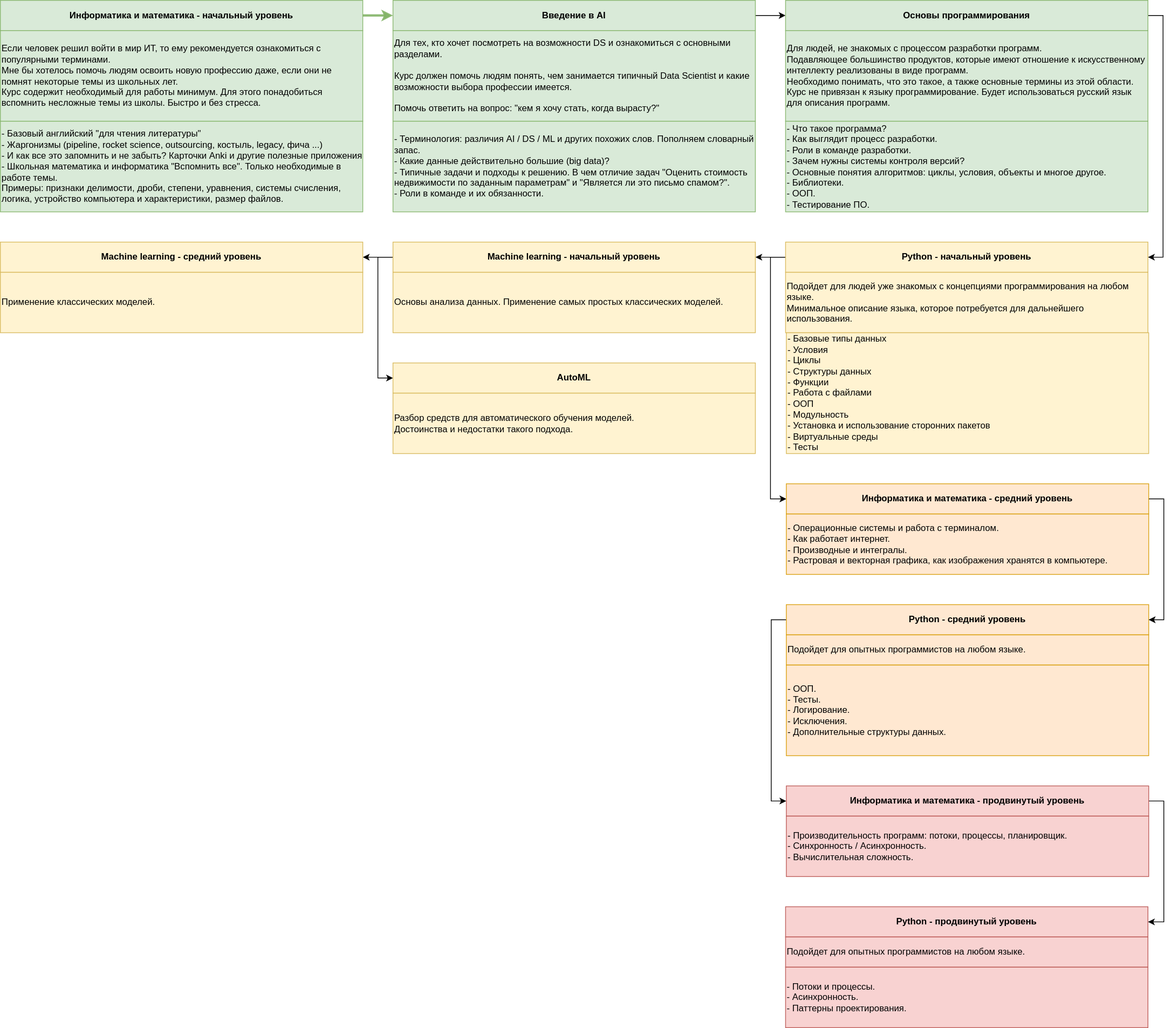
Before: courses.drawio.svg, a diagram exported from draw.io (ryndovaira-org/data_science_lectures). Source tidied: cells renumbered, new cells last; positions are measured from the earlier drawing's top-left corner, leaving out a move shared by most shapes.
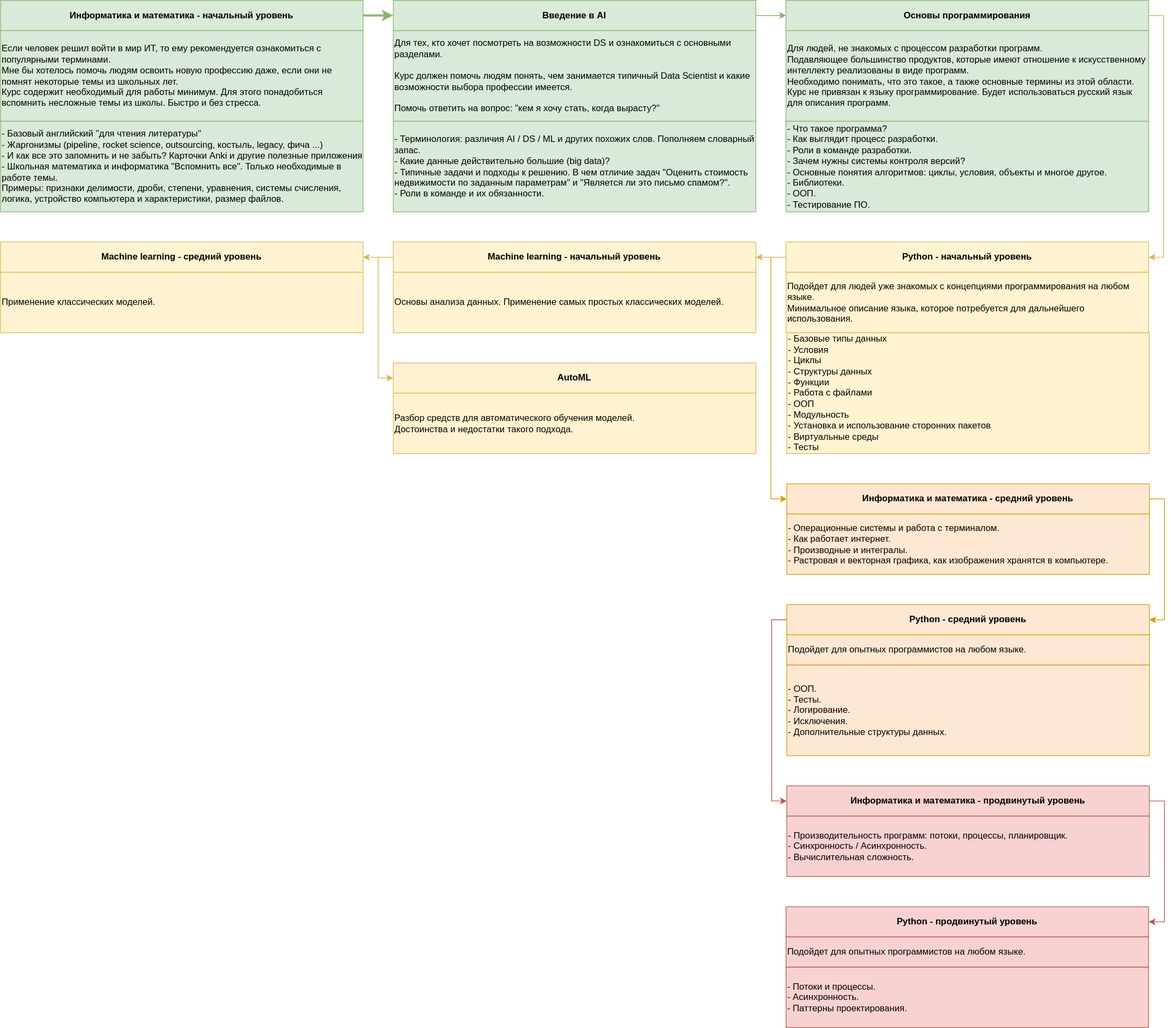
After the change.

What changed in the source:
```diff
@@ -11,7 +11,7 @@
     <mxCell id="4" value="Если человек решил войти в мир ИТ, то ему рекомендуется ознакомиться с популярными терминами.&amp;nbsp;&lt;br&gt;Мне бы хотелось помочь людям освоить новую профессию даже, если они не помнят некоторые темы из школьных лет. &lt;br&gt;Курс содержит необходимый для работы минимум. Для этого понадобиться вспомнить несложные темы из школы. Быстро и без стресса." style="rounded=0;whiteSpace=wrap;html=1;fillColor=#d5e8d4;align=left;strokeColor=#82b366;opacity=90;" parent="1" vertex="1">
       <mxGeometry y="40" width="480" height="120" as="geometry" />
     </mxCell>
-    <mxCell id="5" style="edgeStyle=orthogonalEdgeStyle;rounded=0;jettySize=auto;html=1;exitX=1;exitY=0.5;exitDx=0;exitDy=0;entryX=0;entryY=0.5;entryDx=0;entryDy=0;" parent="1" edge="1" source="6" target="14">
+    <mxCell id="5" style="edgeStyle=orthogonalEdgeStyle;rounded=0;jettySize=auto;html=1;exitX=1;exitY=0.5;exitDx=0;exitDy=0;entryX=0;entryY=0.5;entryDx=0;entryDy=0;fillColor=#d5e8d4;strokeColor=#82b366;" parent="1" edge="1" source="6" target="14">
       <mxGeometry relative="1" as="geometry" />
     </mxCell>
     <mxCell id="6" value="Введение в AI" style="rounded=0;whiteSpace=wrap;html=1;fillColor=#d5e8d4;strokeColor=#82b366;opacity=90;fontStyle=1;" parent="1" vertex="1">
@@ -26,16 +26,16 @@
     <mxCell id="9" value="- Терминология:&amp;nbsp;различия AI / DS / ML и других похожих слов. Пополняем словарный запас.&lt;br&gt;- Какие данные действительно большие (big data)?&lt;br&gt;- Типичные задачи и подходы к решению. В чем отличие задач &quot;Оценить стоимость недвижимости по заданным параметрам&quot; и &quot;Является ли это письмо спамом?&quot;.&lt;br&gt;- Роли в команде и их обязанности." style="rounded=0;whiteSpace=wrap;html=1;fillColor=#d5e8d4;align=left;strokeColor=#82b366;opacity=90;" parent="1" vertex="1">
       <mxGeometry x="520" y="160" width="480" height="120" as="geometry" />
     </mxCell>
-    <mxCell id="10" style="edgeStyle=orthogonalEdgeStyle;rounded=0;jettySize=auto;html=1;entryX=0;entryY=0.5;entryDx=0;entryDy=0;exitX=0;exitY=0.5;exitDx=0;exitDy=0;" parent="1" edge="1" source="12" target="24">
+    <mxCell id="10" style="edgeStyle=orthogonalEdgeStyle;rounded=0;jettySize=auto;html=1;entryX=0;entryY=0.5;entryDx=0;entryDy=0;exitX=0;exitY=0.5;exitDx=0;exitDy=0;fillColor=#ffe6cc;strokeColor=#d79b00;" parent="1" edge="1" source="12" target="24">
       <mxGeometry relative="1" as="geometry" />
     </mxCell>
-    <mxCell id="11" style="edgeStyle=orthogonalEdgeStyle;rounded=0;jettySize=auto;html=1;exitX=0;exitY=0.5;exitDx=0;exitDy=0;entryX=1;entryY=0.5;entryDx=0;entryDy=0;" parent="1" edge="1" source="12" target="31">
+    <mxCell id="11" style="edgeStyle=orthogonalEdgeStyle;rounded=0;jettySize=auto;html=1;exitX=0;exitY=0.5;exitDx=0;exitDy=0;entryX=1;entryY=0.5;entryDx=0;entryDy=0;fillColor=#fff2cc;strokeColor=#d6b656;" parent="1" edge="1" source="12" target="31">
       <mxGeometry relative="1" as="geometry" />
     </mxCell>
     <mxCell id="12" value="Python - начальный уровень" style="rounded=0;whiteSpace=wrap;html=1;fillColor=#fff2cc;strokeColor=#d6b656;opacity=90;fontStyle=1;" parent="1" vertex="1">
       <mxGeometry x="1040" y="320" width="480" height="40" as="geometry" />
     </mxCell>
-    <mxCell id="13" style="edgeStyle=orthogonalEdgeStyle;rounded=0;jettySize=auto;html=1;exitX=1;exitY=0.5;exitDx=0;exitDy=0;entryX=1;entryY=0.5;entryDx=0;entryDy=0;" parent="1" edge="1" source="14" target="12">
+    <mxCell id="13" style="edgeStyle=orthogonalEdgeStyle;rounded=0;jettySize=auto;html=1;exitX=1;exitY=0.5;exitDx=0;exitDy=0;entryX=1;entryY=0.5;entryDx=0;entryDy=0;fillColor=#fff2cc;strokeColor=#d6b656;" parent="1" edge="1" source="14" target="12">
       <mxGeometry relative="1" as="geometry" />
     </mxCell>
     <mxCell id="14" value="Основы программирования" style="rounded=0;whiteSpace=wrap;html=1;fillColor=#d5e8d4;strokeColor=#82b366;opacity=90;fontStyle=1;" parent="1" vertex="1">
@@ -53,7 +53,7 @@
     <mxCell id="18" value="- Базовые типы данных&lt;br&gt;- Условия&lt;br&gt;- Циклы&lt;br&gt;- Структуры данных&lt;br&gt;- Функции&lt;br&gt;- Работа с файлами&lt;br&gt;- ООП&lt;br&gt;- Модульность&lt;br&gt;- Установка и использование сторонних пакетов&lt;br&gt;- Виртуальные среды&lt;br&gt;- Тесты" style="rounded=0;whiteSpace=wrap;html=1;fillColor=#fff2cc;align=left;strokeColor=#d6b656;opacity=90;" parent="1" vertex="1">
       <mxGeometry x="1041" y="440" width="480" height="160" as="geometry" />
     </mxCell>
-    <mxCell id="19" style="edgeStyle=orthogonalEdgeStyle;rounded=0;jettySize=auto;html=1;exitX=0;exitY=0.5;exitDx=0;exitDy=0;entryX=0;entryY=0.5;entryDx=0;entryDy=0;" parent="1" edge="1" source="20" target="34">
+    <mxCell id="19" style="edgeStyle=orthogonalEdgeStyle;rounded=0;jettySize=auto;html=1;exitX=0;exitY=0.5;exitDx=0;exitDy=0;entryX=0;entryY=0.5;entryDx=0;entryDy=0;fillColor=#f8cecc;strokeColor=#b85450;" parent="1" edge="1" source="20" target="34">
       <mxGeometry relative="1" as="geometry" />
     </mxCell>
     <mxCell id="20" value="Python - средний уровень" style="rounded=0;whiteSpace=wrap;html=1;fillColor=#ffe6cc;strokeColor=#d79b00;opacity=90;fontStyle=1;" parent="1" vertex="1">
@@ -65,7 +65,7 @@
     <mxCell id="22" value="- ООП.&lt;br&gt;- Тесты.&lt;br&gt;- Логирование.&lt;br&gt;- Исключения.&lt;br&gt;- Дополнительные структуры данных." style="rounded=0;whiteSpace=wrap;html=1;fillColor=#ffe6cc;align=left;strokeColor=#d79b00;opacity=90;" parent="1" vertex="1">
       <mxGeometry x="1041" y="880" width="480" height="120" as="geometry" />
     </mxCell>
-    <mxCell id="23" style="edgeStyle=orthogonalEdgeStyle;rounded=0;jettySize=auto;html=1;exitX=1;exitY=0.5;exitDx=0;exitDy=0;entryX=1;entryY=0.5;entryDx=0;entryDy=0;" parent="1" edge="1" source="24" target="20">
+    <mxCell id="23" style="edgeStyle=orthogonalEdgeStyle;rounded=0;jettySize=auto;html=1;exitX=1;exitY=0.5;exitDx=0;exitDy=0;entryX=1;entryY=0.5;entryDx=0;entryDy=0;fillColor=#ffe6cc;strokeColor=#d79b00;" parent="1" edge="1" source="24" target="20">
       <mxGeometry relative="1" as="geometry" />
     </mxCell>
     <mxCell id="24" value="Информатика и математика - средний уровень" style="rounded=0;whiteSpace=wrap;html=1;fillColor=#ffe6cc;strokeColor=#d79b00;opacity=90;fontStyle=1;" parent="1" vertex="1">
@@ -83,10 +83,10 @@
     <mxCell id="28" value="- Потоки и процессы.&lt;br style=&quot;border-color: var(--border-color);&quot;&gt;- Асинхронность.&lt;br&gt;- Паттерны проектирования." style="rounded=0;whiteSpace=wrap;html=1;fillColor=#f8cecc;align=left;strokeColor=#b85450;opacity=90;" parent="1" vertex="1">
       <mxGeometry x="1040" y="1280" width="480" height="80" as="geometry" />
     </mxCell>
-    <mxCell id="29" style="edgeStyle=orthogonalEdgeStyle;rounded=0;jettySize=auto;html=1;exitX=0;exitY=0.5;exitDx=0;exitDy=0;entryX=0;entryY=0.5;entryDx=0;entryDy=0;" parent="1" edge="1" source="31" target="36">
+    <mxCell id="29" style="edgeStyle=orthogonalEdgeStyle;rounded=0;jettySize=auto;html=1;exitX=0;exitY=0.5;exitDx=0;exitDy=0;entryX=0;entryY=0.5;entryDx=0;entryDy=0;fillColor=#fff2cc;strokeColor=#d6b656;" parent="1" edge="1" source="31" target="36">
       <mxGeometry relative="1" as="geometry" />
     </mxCell>
-    <mxCell id="30" style="edgeStyle=orthogonalEdgeStyle;rounded=0;jettySize=auto;html=1;exitX=0;exitY=0.5;exitDx=0;exitDy=0;entryX=1;entryY=0.5;entryDx=0;entryDy=0;" parent="1" edge="1" source="31" target="38">
+    <mxCell id="30" style="edgeStyle=orthogonalEdgeStyle;rounded=0;jettySize=auto;html=1;exitX=0;exitY=0.5;exitDx=0;exitDy=0;entryX=1;entryY=0.5;entryDx=0;entryDy=0;fillColor=#fff2cc;strokeColor=#d6b656;" parent="1" edge="1" source="31" target="38">
       <mxGeometry relative="1" as="geometry" />
     </mxCell>
     <mxCell id="31" value="Machine learning - начальный уровень" style="rounded=0;whiteSpace=wrap;html=1;fillColor=#fff2cc;strokeColor=#d6b656;opacity=90;fontStyle=1;" parent="1" vertex="1">
@@ -95,7 +95,7 @@
     <mxCell id="32" value="Основы анализа данных. Применение самых простых классических моделей.&amp;nbsp;" style="rounded=0;whiteSpace=wrap;html=1;fillColor=#fff2cc;align=left;strokeColor=#d6b656;opacity=90;" parent="1" vertex="1">
       <mxGeometry x="520" y="360" width="480" height="80" as="geometry" />
     </mxCell>
-    <mxCell id="33" style="edgeStyle=orthogonalEdgeStyle;rounded=0;jettySize=auto;html=1;exitX=1;exitY=0.5;exitDx=0;exitDy=0;entryX=1;entryY=0.5;entryDx=0;entryDy=0;" parent="1" edge="1" source="34" target="26">
+    <mxCell id="33" style="edgeStyle=orthogonalEdgeStyle;rounded=0;jettySize=auto;html=1;exitX=1;exitY=0.5;exitDx=0;exitDy=0;entryX=1;entryY=0.5;entryDx=0;entryDy=0;fillColor=#f8cecc;strokeColor=#b85450;" parent="1" edge="1" source="34" target="26">
       <mxGeometry relative="1" as="geometry" />
     </mxCell>
     <mxCell id="34" value="Информатика и математика - продвинутый уровень" style="rounded=0;whiteSpace=wrap;html=1;fillColor=#f8cecc;strokeColor=#b85450;opacity=90;fontStyle=1;" parent="1" vertex="1">
```
